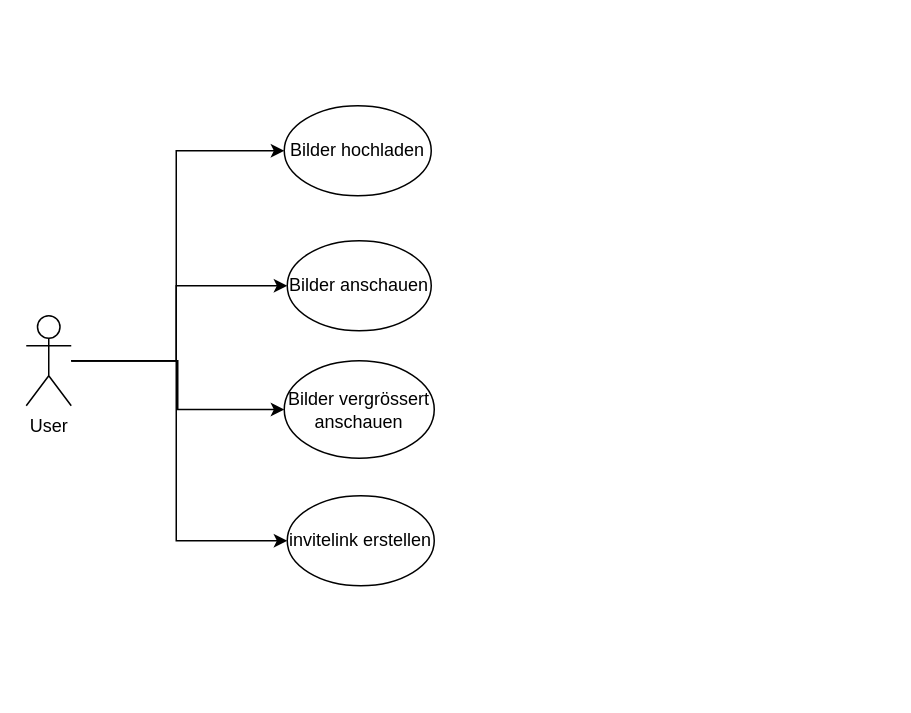
This is Resources/useCase.drawio from yutive/picture-collection, a draw.io file, before an edit. Source tidied: cells renumbered, new cells numbered last; positions are measured from the earlier drawing's top-left corner, leaving out a move shared by most shapes. Both pictures are drawn from the tidied source at 150%, with x=0, y=0 at pixel (26, 105).
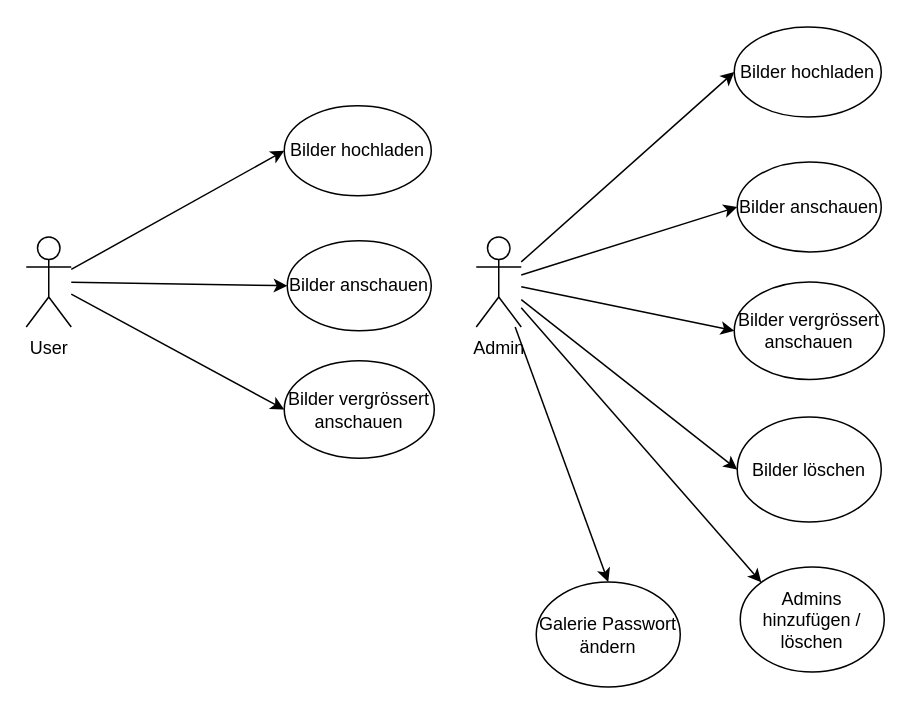
The same diagram, later.

The change refers to these unchanged cells:
```xml
<mxCell id="7" value="Bilder hochladen" style="ellipse;whiteSpace=wrap;html=1;" parent="1" vertex="1">
  <mxGeometry x="172" width="98" height="60" as="geometry" />
</mxCell>
<mxCell id="8" value="Bilder anschauen" style="ellipse;whiteSpace=wrap;html=1;" parent="1" vertex="1">
  <mxGeometry x="174" y="90" width="96" height="60" as="geometry" />
</mxCell>
<mxCell id="10" value="Bilder vergrössert anschauen" style="ellipse;whiteSpace=wrap;html=1;" parent="1" vertex="1">
  <mxGeometry x="172" y="170" width="100" height="65" as="geometry" />
</mxCell>
```

The edit, as a diff of the source:
```diff
@@
-    <mxCell id="2" style="edgeStyle=orthogonalEdgeStyle;rounded=0;jettySize=auto;html=1;" parent="1" edge="1" source="6" target="7">
-      <mxGeometry relative="1" as="geometry">
-        <Array as="points">
-          <mxPoint x="100" y="170" />
-          <mxPoint x="100" y="30" />
-        </Array>
-      </mxGeometry>
+    <mxCell id="2" style="edgeStyle=none;html=1;entryX=0;entryY=0.5;entryDx=0;entryDy=0;" parent="1" edge="1" source="6" target="7">
+      <mxGeometry relative="1" as="geometry" />
     </mxCell>
-    <mxCell id="3" style="edgeStyle=orthogonalEdgeStyle;rounded=0;jettySize=auto;html=1;" parent="1" edge="1" source="6" target="8">
-      <mxGeometry relative="1" as="geometry">
-        <Array as="points">
-          <mxPoint x="100" y="170" />
-          <mxPoint x="100" y="120" />
-        </Array>
-      </mxGeometry>
+    <mxCell id="3" style="edgeStyle=none;html=1;entryX=0;entryY=0.5;entryDx=0;entryDy=0;" parent="1" edge="1" source="6" target="8">
+      <mxGeometry relative="1" as="geometry" />
     </mxCell>
-    <mxCell id="4" style="edgeStyle=orthogonalEdgeStyle;rounded=0;jettySize=auto;html=1;entryX=0;entryY=0.5;entryDx=0;entryDy=0;" parent="1" edge="1" source="6" target="9">
-      <mxGeometry relative="1" as="geometry">
-        <Array as="points">
-          <mxPoint x="100" y="170" />
-          <mxPoint x="100" y="290" />
-        </Array>
-      </mxGeometry>
-    </mxCell>
-    <mxCell id="5" style="edgeStyle=orthogonalEdgeStyle;rounded=0;jettySize=auto;html=1;entryX=0;entryY=0.5;entryDx=0;entryDy=0;" parent="1" edge="1" source="6" target="10">
+    <mxCell id="5" style="edgeStyle=none;html=1;entryX=0;entryY=0.5;entryDx=0;entryDy=0;" parent="1" edge="1" source="6" target="10">
       <mxGeometry relative="1" as="geometry" />
     </mxCell>
     <mxCell id="6" value="User" style="shape=umlActor;verticalLabelPosition=bottom;verticalAlign=top;html=1;outlineConnect=0;" parent="1" vertex="1">
-      <mxGeometry y="140" width="30" height="60" as="geometry" />
+      <mxGeometry y="87.5" width="30" height="60" as="geometry" />
     </mxCell>
@@
-    <mxCell id="9" value="invitelink erstellen" style="ellipse;whiteSpace=wrap;html=1;" parent="1" vertex="1">
-      <mxGeometry x="174" y="260" width="98" height="60" as="geometry" />
-    </mxCell>
@@
+    <mxCell id="11" style="edgeStyle=none;html=1;entryX=0;entryY=0;entryDx=0;entryDy=0;" parent="1" edge="1" source="16" target="21">
+      <mxGeometry relative="1" as="geometry" />
+    </mxCell>
+    <mxCell id="12" style="edgeStyle=none;html=1;entryX=0;entryY=0.5;entryDx=0;entryDy=0;" parent="1" edge="1" source="16" target="20">
+      <mxGeometry relative="1" as="geometry" />
+    </mxCell>
+    <mxCell id="13" style="edgeStyle=none;html=1;entryX=0;entryY=0.5;entryDx=0;entryDy=0;" parent="1" edge="1" source="16" target="19">
+      <mxGeometry relative="1" as="geometry" />
+    </mxCell>
+    <mxCell id="14" style="edgeStyle=none;html=1;entryX=0;entryY=0.5;entryDx=0;entryDy=0;" parent="1" edge="1" source="16" target="18">
+      <mxGeometry relative="1" as="geometry" />
+    </mxCell>
+    <mxCell id="15" style="edgeStyle=none;html=1;entryX=0;entryY=0.5;entryDx=0;entryDy=0;" parent="1" edge="1" source="16" target="17">
+      <mxGeometry relative="1" as="geometry" />
+    </mxCell>
+    <mxCell id="16" value="Admin" style="shape=umlActor;verticalLabelPosition=bottom;verticalAlign=top;html=1;outlineConnect=0;" parent="1" vertex="1">
+      <mxGeometry x="300" y="87.5" width="30" height="60" as="geometry" />
+    </mxCell>
+    <mxCell id="17" value="Bilder hochladen" style="ellipse;whiteSpace=wrap;html=1;" parent="1" vertex="1">
+      <mxGeometry x="472" y="-52.5" width="98" height="60" as="geometry" />
+    </mxCell>
+    <mxCell id="18" value="Bilder anschauen" style="ellipse;whiteSpace=wrap;html=1;" parent="1" vertex="1">
+      <mxGeometry x="474" y="37.5" width="96" height="60" as="geometry" />
+    </mxCell>
+    <mxCell id="19" value="Bilder vergrössert anschauen" style="ellipse;whiteSpace=wrap;html=1;" parent="1" vertex="1">
+      <mxGeometry x="472" y="117.5" width="100" height="65" as="geometry" />
+    </mxCell>
+    <mxCell id="20" value="Bilder löschen" style="ellipse;whiteSpace=wrap;html=1;" parent="1" vertex="1">
+      <mxGeometry x="474" y="207.5" width="96" height="70" as="geometry" />
+    </mxCell>
+    <mxCell id="21" value="Admins hinzufügen / löschen" style="ellipse;whiteSpace=wrap;html=1;" parent="1" vertex="1">
+      <mxGeometry x="476" y="307.5" width="96" height="70" as="geometry" />
+    </mxCell>
+    <mxCell id="22" value="Galerie Passwort ändern" style="ellipse;whiteSpace=wrap;html=1;" parent="1" vertex="1">
+      <mxGeometry x="340" y="317.5" width="96" height="70" as="geometry" />
+    </mxCell>
+    <mxCell id="23" style="endArrow=classic;html=1;entryX=0.5;entryY=0;entryDx=0;entryDy=0;" parent="1" edge="1" source="16" target="22">
+      <mxGeometry relative="1" as="geometry" />
+    </mxCell>
```
